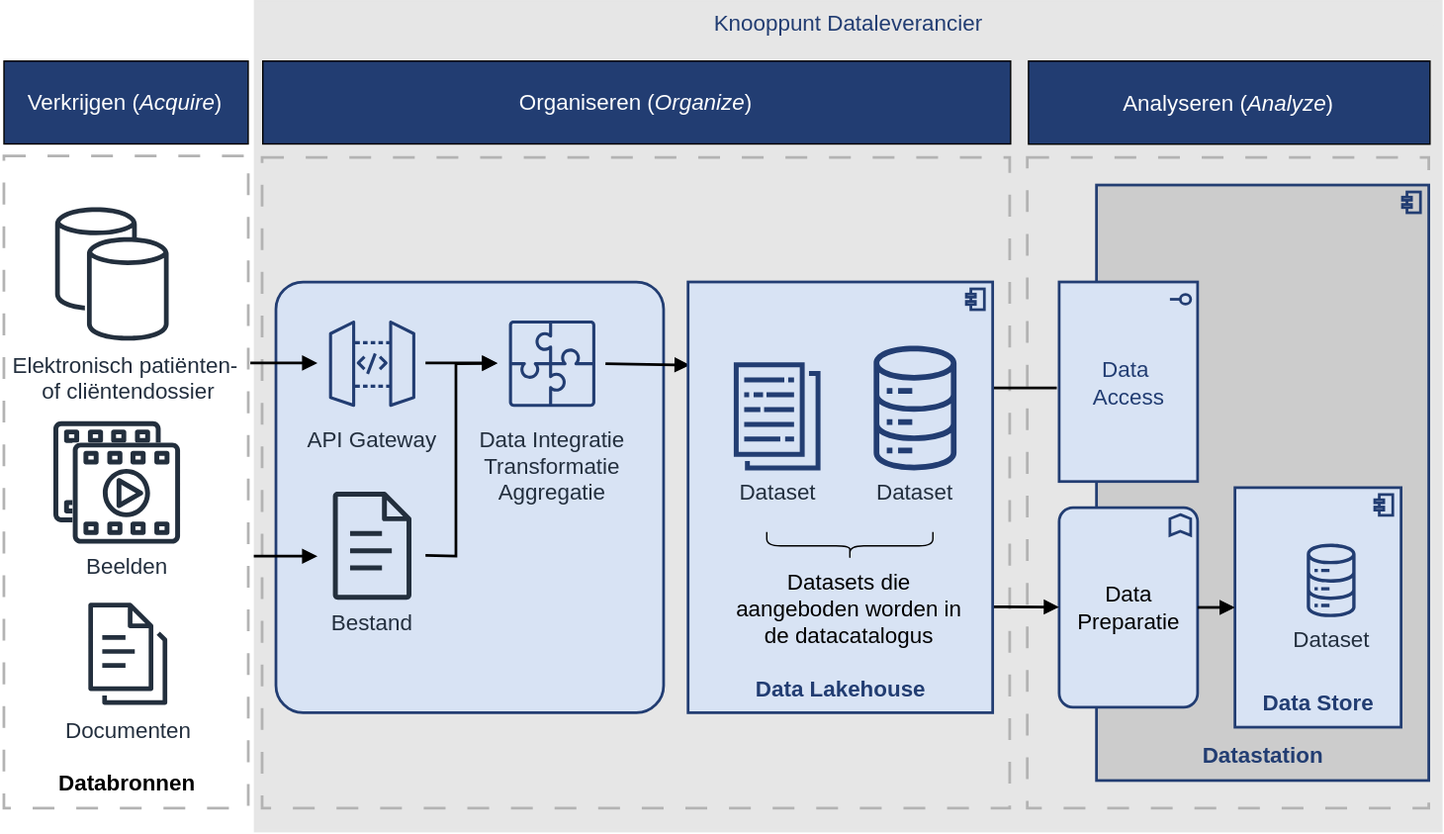
Earlier version of the draw.io export docs/applicatie/laag-3/datastation-organiseren.drawio.svg (Health-RI/data-station-specification). Source tidied: cells renumbered, new cells last; positions are measured from the earlier drawing's top-left corner, leaving out a move shared by most shapes.
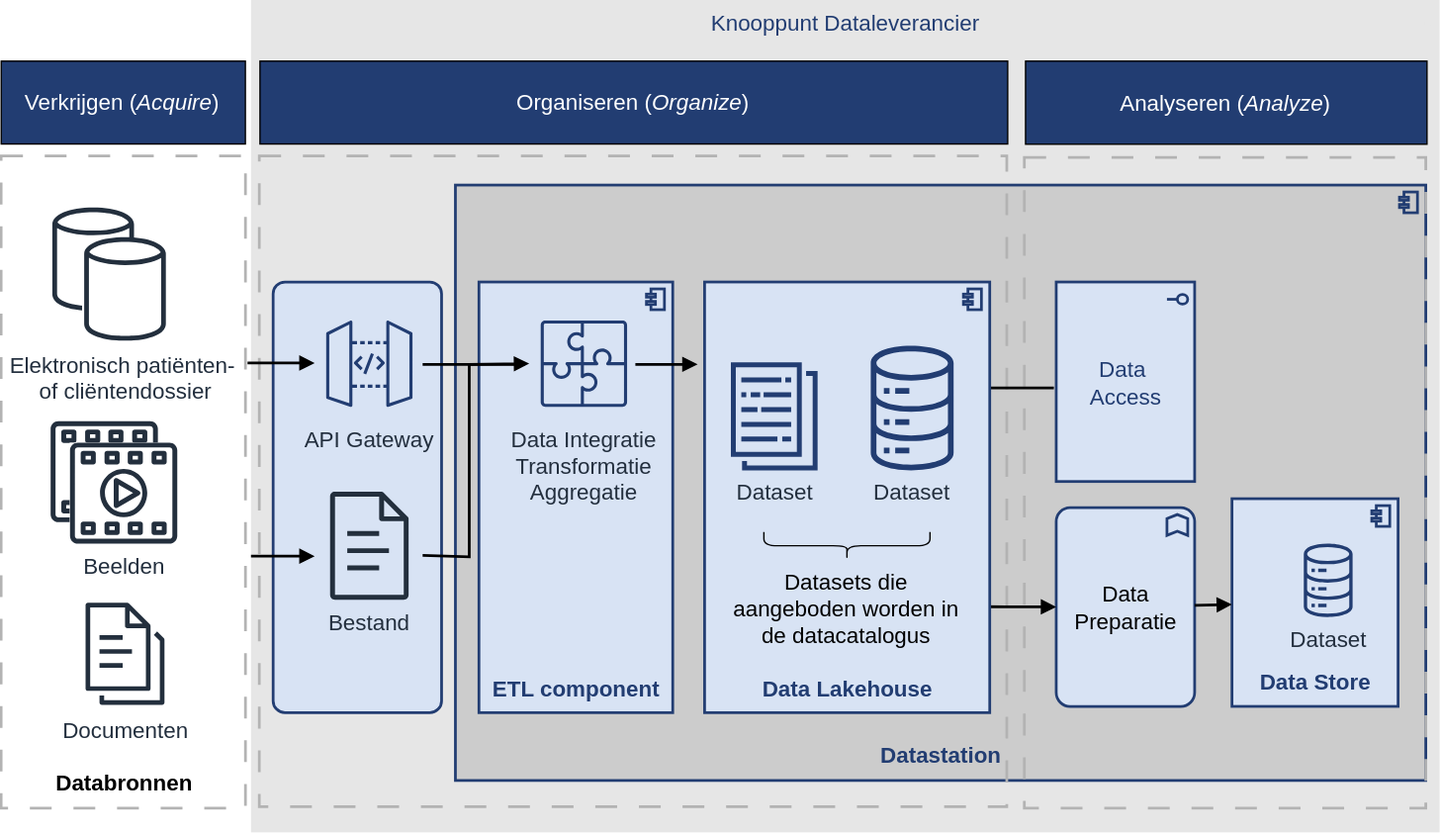
Later version of the same file.

The edit, as a diff of the source:
```diff
@@ -5,12 +5,18 @@
     <mxCell id="2" value="Knooppunt Dataleverancier" style="html=1;whiteSpace=wrap;fillColor=#E6E6E6;shape=mxgraph.archimate3.application;appType=node;archiType=square;fontSize=16;verticalAlign=top;fontColor=light-dark(#223D72,#272727);strokeColor=#E6E6E6;strokeWidth=1.9685;" parent="1" vertex="1">
       <mxGeometry x="184.3" width="856.7" height="600" as="geometry" />
     </mxCell>
+    <mxCell id="25" value="Datastation" style="html=1;whiteSpace=wrap;fillColor=light-dark(#CCCCCC,#CCCCCC);shape=mxgraph.archimate3.application;appType=comp;archiType=square;fontSize=16;strokeWidth=1.9685;strokeColor=#223D72;fontColor=#223D72;fontStyle=1;verticalAlign=bottom;spacingBottom=7.874;" parent="1" vertex="1">
+      <mxGeometry x="331" y="133.5" width="701" height="430" as="geometry" />
+    </mxCell>
+    <mxCell id="39" value="ETL component" style="html=1;whiteSpace=wrap;fillColor=light-dark(#D8E3F4,#D8E3F4);shape=mxgraph.archimate3.application;appType=comp;archiType=square;fontSize=16;strokeWidth=1.9685;strokeColor=#223D72;fontColor=#223D72;fontStyle=1;verticalAlign=bottom;spacingBottom=7.874;spacingTop=19.685;spacing=1.9685;" parent="1" vertex="1">
+      <mxGeometry x="348" y="203.5" width="140" height="311" as="geometry" />
+    </mxCell>
+    <mxCell id="4" value="Databronnen" style="rounded=0;whiteSpace=wrap;html=1;fontSize=16;fillColor=none;verticalAlign=bottom;fontStyle=1;dashed=1;dashPattern=8 8;strokeWidth=1.9685;spacingBottom=7.874;strokeColor=#B3B3B3;" parent="1" vertex="1">
+      <mxGeometry x="2.8" y="112.5" width="176.5" height="471" as="geometry" />
+    </mxCell>
     <mxCell id="3" style="rounded=0;whiteSpace=wrap;html=1;fontSize=16;fillColor=none;verticalAlign=bottom;fontStyle=1;dashed=1;dashPattern=8 8;strokeWidth=1.9685;spacingBottom=7.874;strokeColor=#B3B3B3;" parent="1" vertex="1">
-      <mxGeometry x="189.3" y="113.5" width="540" height="470" as="geometry" />
+      <mxGeometry x="189.3" y="112.5" width="540" height="470" as="geometry" />
     </mxCell>
-    <mxCell id="4" value="Databronnen" style="rounded=0;whiteSpace=wrap;html=1;fontSize=16;fillColor=none;verticalAlign=bottom;fontStyle=1;dashed=1;dashPattern=8 8;strokeWidth=1.9685;spacingBottom=7.874;strokeColor=#B3B3B3;" parent="1" vertex="1">
-      <mxGeometry x="2.8" y="112.5" width="176.5" height="471" as="geometry" />
-    </mxCell>
     <mxCell id="5" style="sketch=0;fontColor=#232F3E;gradientColor=none;fillColor=#232F3D;strokeColor=none;dashed=0;verticalLabelPosition=bottom;verticalAlign=top;align=center;html=1;fontSize=16;fontStyle=0;shape=mxgraph.aws4.multimedia;" parent="1" vertex="1">
       <mxGeometry x="37.8" y="303.5" width="78" height="73" as="geometry" />
     </mxCell>
@@ -18,7 +24,7 @@
       <mxGeometry x="51.8" y="319" width="77.5" height="74.5" as="geometry" />
     </mxCell>
     <mxCell id="7" style="rounded=1;whiteSpace=wrap;html=1;fillColor=#D8E3F4;strokeColor=#223D72;arcSize=7;strokeWidth=1.9685;" parent="1" vertex="1">
-      <mxGeometry x="199.3" y="203.5" width="280" height="311" as="geometry" />
+      <mxGeometry x="199.3" y="203.5" width="121.7" height="311" as="geometry" />
     </mxCell>
     <mxCell id="8" style="sketch=0;fontColor=#232F3E;gradientColor=none;fillColor=#232F3D;strokeColor=none;dashed=0;verticalLabelPosition=bottom;verticalAlign=top;align=center;html=1;fontSize=12;fontStyle=0;shape=mxgraph.aws4.generic_database;" parent="1" vertex="1">
       <mxGeometry x="39.3" y="147.5" width="59" height="78" as="geometry" />
@@ -26,9 +32,6 @@
     <mxCell id="9" style="shape=cylinder3;whiteSpace=wrap;html=1;boundedLbl=1;backgroundOutline=1;size=9;strokeColor=#FFFFFF;" parent="1" vertex="1">
       <mxGeometry x="61.3" y="172.5" width="60" height="71" as="geometry" />
     </mxCell>
-    <mxCell id="10" style="rounded=0;whiteSpace=wrap;html=1;fillColor=none;strokeColor=none;" parent="1" vertex="1">
-      <mxGeometry x="-0.2" y="470" width="1042.8" height="60" as="geometry" />
-    </mxCell>
     <mxCell id="11" value="Verkrijgen (&lt;i&gt;Acquire&lt;/i&gt;)" style="rounded=0;whiteSpace=wrap;html=1;fontSize=16;fillColor=#223D72;fontColor=#FFFFFF;" parent="1" vertex="1">
       <mxGeometry x="2.4" y="43.5" width="176.4" height="59.8" as="geometry" />
     </mxCell>
@@ -45,15 +48,18 @@
       <mxGeometry x="229.3" y="223" width="78" height="78" as="geometry" />
     </mxCell>
     <mxCell id="16" value="Data Integratie&lt;div&gt;Transformatie&lt;/div&gt;&lt;div&gt;Aggregatie&lt;/div&gt;" style="sketch=0;points=[[0,0,0],[0.25,0,0],[0.5,0,0],[0.75,0,0],[1,0,0],[0,1,0],[0.25,1,0],[0.5,1,0],[0.75,1,0],[1,1,0],[0,0.25,0],[0,0.5,0],[0,0.75,0],[1,0.25,0],[1,0.5,0],[1,0.75,0]];outlineConnect=0;fontColor=#232F3E;fillColor=none;strokeColor=#223D72;dashed=0;verticalLabelPosition=bottom;verticalAlign=top;align=center;html=1;fontSize=16;fontStyle=0;shape=mxgraph.aws4.resourceIcon;resIcon=mxgraph.aws4.application_integration;" parent="1" vertex="1">
-      <mxGeometry x="359.3" y="223" width="78" height="78" as="geometry" />
+      <mxGeometry x="384.3" y="223" width="78" height="78" as="geometry" />
     </mxCell>
     <mxCell id="17" style="endArrow=block;html=1;rounded=0;fontSize=12;curved=1;strokeWidth=1.9685;endFill=1;" parent="1" edge="1" target="15">
       <mxGeometry relative="1" as="geometry">
         <mxPoint x="180.8" y="262" as="sourcePoint" />
       </mxGeometry>
     </mxCell>
-    <mxCell id="18" style="endArrow=block;html=1;rounded=0;fontSize=12;curved=1;strokeWidth=1.9685;endFill=1;" parent="1" edge="1" source="15" target="16">
-      <mxGeometry relative="1" as="geometry" />
+    <mxCell id="18" style="endArrow=none;html=1;rounded=0;fontSize=12;curved=1;strokeWidth=1.9685;endFill=0;" parent="1" edge="1">
+      <mxGeometry relative="1" as="geometry">
+        <mxPoint x="307.3" y="263" as="sourcePoint" />
+        <mxPoint x="381" y="263" as="targetPoint" />
+      </mxGeometry>
     </mxCell>
     <mxCell id="19" value="&lt;span style=&quot;font-size: 16px;&quot;&gt;Documenten&lt;/span&gt;" style="sketch=0;fontColor=#232F3E;gradientColor=none;fillColor=#232F3D;strokeColor=none;dashed=0;verticalLabelPosition=bottom;verticalAlign=top;align=center;html=1;fontSize=12;fontStyle=0;shape=mxgraph.aws4.documents3;" parent="1" vertex="1">
       <mxGeometry x="63.3" y="432.5" width="57" height="78" as="geometry" />
@@ -65,8 +71,8 @@
       <mxGeometry relative="1" as="geometry">
         <mxPoint x="307.3" y="401" as="sourcePoint" />
         <Array as="points">
-          <mxPoint x="329.3" y="401.5" />
-          <mxPoint x="329.3" y="262.5" />
+          <mxPoint x="341" y="402" />
+          <mxPoint x="341" y="263" />
         </Array>
       </mxGeometry>
     </mxCell>
@@ -82,17 +88,14 @@
     <mxCell id="24" style="rounded=0;whiteSpace=wrap;html=1;fontSize=16;fillColor=none;verticalAlign=bottom;fontStyle=1;dashed=1;dashPattern=8 8;strokeWidth=1.9685;spacingBottom=7.874;strokeColor=#B3B3B3;" parent="1" vertex="1">
       <mxGeometry x="742" y="113.5" width="290" height="470" as="geometry" />
     </mxCell>
-    <mxCell id="25" value="Datastation" style="html=1;whiteSpace=wrap;fillColor=light-dark(#CCCCCC,#CCCCCC);shape=mxgraph.archimate3.application;appType=comp;archiType=square;fontSize=16;strokeWidth=1.9685;strokeColor=#223D72;fontColor=#223D72;fontStyle=1;verticalAlign=bottom;spacingBottom=7.874;" parent="1" vertex="1">
-      <mxGeometry x="792" y="133.5" width="240" height="430" as="geometry" />
-    </mxCell>
     <mxCell id="26" value="Data Preparatie" style="html=1;outlineConnect=0;whiteSpace=wrap;fillColor=#D8E3F4;shape=mxgraph.archimate3.application;appType=func;archiType=rounded;strokeWidth=1.9685;strokeColor=#223D72;fontSize=16;fontFamily=Arial;" parent="1" vertex="1">
-      <mxGeometry x="765" y="366.4" width="100" height="144.1" as="geometry" />
+      <mxGeometry x="765" y="366.4" width="100" height="143.6" as="geometry" />
     </mxCell>
     <mxCell id="27" value="Data&amp;nbsp;&lt;div&gt;Access&lt;/div&gt;" style="html=1;whiteSpace=wrap;fillColor=#D8E3F4;shape=mxgraph.archimate3.application;appType=interface;archiType=square;fontSize=16;strokeWidth=1.9685;strokeColor=#223D72;fontColor=#223D72;" parent="1" vertex="1">
       <mxGeometry x="765" y="203.5" width="100" height="144.1" as="geometry" />
     </mxCell>
     <mxCell id="28" value="Data Store" style="html=1;outlineConnect=0;whiteSpace=wrap;fillColor=light-dark(#D8E3F4,#D8E3F4);shape=mxgraph.archimate3.application;appType=comp;archiType=square;fontSize=16;strokeWidth=1.9685;strokeColor=#223D72;fontColor=#223D72;fontStyle=1;verticalAlign=bottom;spacingBottom=7.874;spacingTop=19.685;spacing=1.9685;" parent="1" vertex="1">
-      <mxGeometry x="892" y="352" width="120" height="173" as="geometry" />
+      <mxGeometry x="892" y="360" width="120" height="150" as="geometry" />
     </mxCell>
     <mxCell id="29" value="Dataset" style="sketch=0;fontColor=#232F3E;gradientColor=none;fillColor=#223D72;strokeColor=none;dashed=0;verticalLabelPosition=bottom;verticalAlign=top;align=center;html=1;fontSize=16;fontStyle=0;shape=mxgraph.aws4.iot_analytics_data_store;" parent="1" vertex="1">
       <mxGeometry x="942.7" y="392" width="36.7" height="53" as="geometry" />
@@ -111,13 +114,14 @@
         <mxPoint x="763.3" y="280" as="targetPoint" />
       </mxGeometry>
     </mxCell>
-    <mxCell id="33" style="endArrow=block;html=1;rounded=0;fontSize=12;curved=1;strokeWidth=1.9685;endFill=1;" parent="1" edge="1" source="16">
+    <mxCell id="33" style="endArrow=block;html=1;rounded=0;fontSize=12;curved=1;strokeWidth=1.9685;endFill=1;" parent="1" edge="1">
       <mxGeometry relative="1" as="geometry">
-        <mxPoint x="498.3" y="263.5" as="targetPoint" />
+        <mxPoint x="461" y="263" as="sourcePoint" />
+        <mxPoint x="506" y="263" as="targetPoint" />
       </mxGeometry>
     </mxCell>
     <mxCell id="34" value="Data Lakehouse" style="html=1;whiteSpace=wrap;fillColor=light-dark(#D8E3F4,#D8E3F4);shape=mxgraph.archimate3.application;appType=comp;archiType=square;fontSize=16;strokeWidth=1.9685;strokeColor=#223D72;fontColor=#223D72;fontStyle=1;verticalAlign=bottom;spacingBottom=7.874;spacingTop=19.685;spacing=1.9685;" parent="1" vertex="1">
-      <mxGeometry x="497" y="203.5" width="220" height="311" as="geometry" />
+      <mxGeometry x="511" y="203.5" width="206" height="311" as="geometry" />
     </mxCell>
     <mxCell id="35" value="Dataset" style="sketch=0;fontColor=#232F3E;gradientColor=none;fillColor=#223D72;strokeColor=none;dashed=0;verticalLabelPosition=bottom;verticalAlign=top;align=center;html=1;fontSize=16;fontStyle=0;shape=mxgraph.aws4.iot_analytics_data_store;" parent="1" vertex="1">
       <mxGeometry x="629.3" y="249" width="62.3" height="90" as="geometry" />
```
